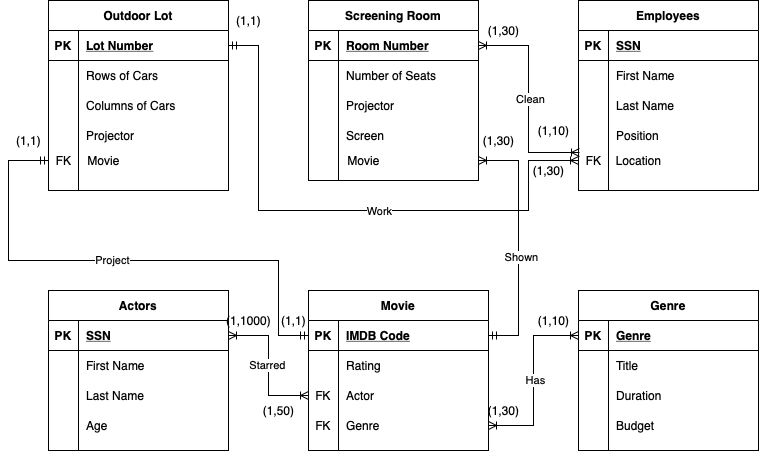
Before: images/Lab 2 210 Project ER Diagram.png, a diagram exported from draw.io (lqr5252/Lab-1). Source tidied: cells renumbered, new cells last; positions are measured from the earlier drawing's top-left corner, leaving out a move shared by most shapes.
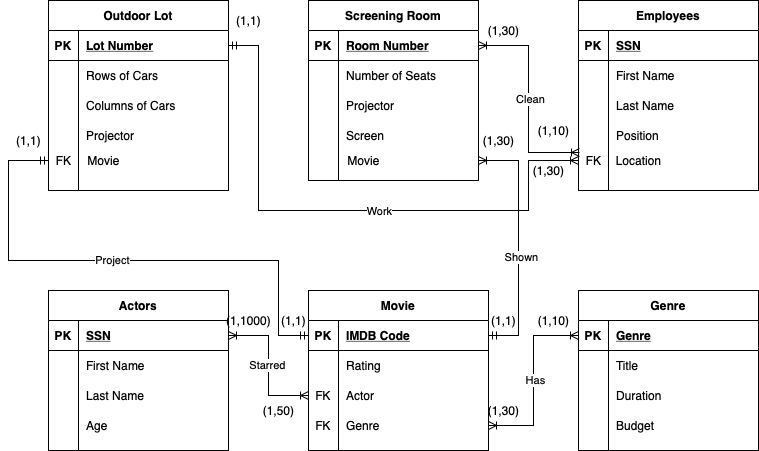
The same file after the commit.

Change to the diagram source:
```diff
@@ -343,5 +343,8 @@
     <mxCell id="107" value="(1,30)" style="text;html=1;align=center;verticalAlign=middle;" parent="1" vertex="1">
       <mxGeometry x="465" y="130" width="50" height="20" as="geometry" />
     </mxCell>
+    <mxCell id="108" value="(1,1)" style="text;html=1;align=center;verticalAlign=middle;" parent="1" vertex="1">
+      <mxGeometry x="475" y="310" width="40" height="20" as="geometry" />
+    </mxCell>
   </root>
 </mxGraphModel>
```
